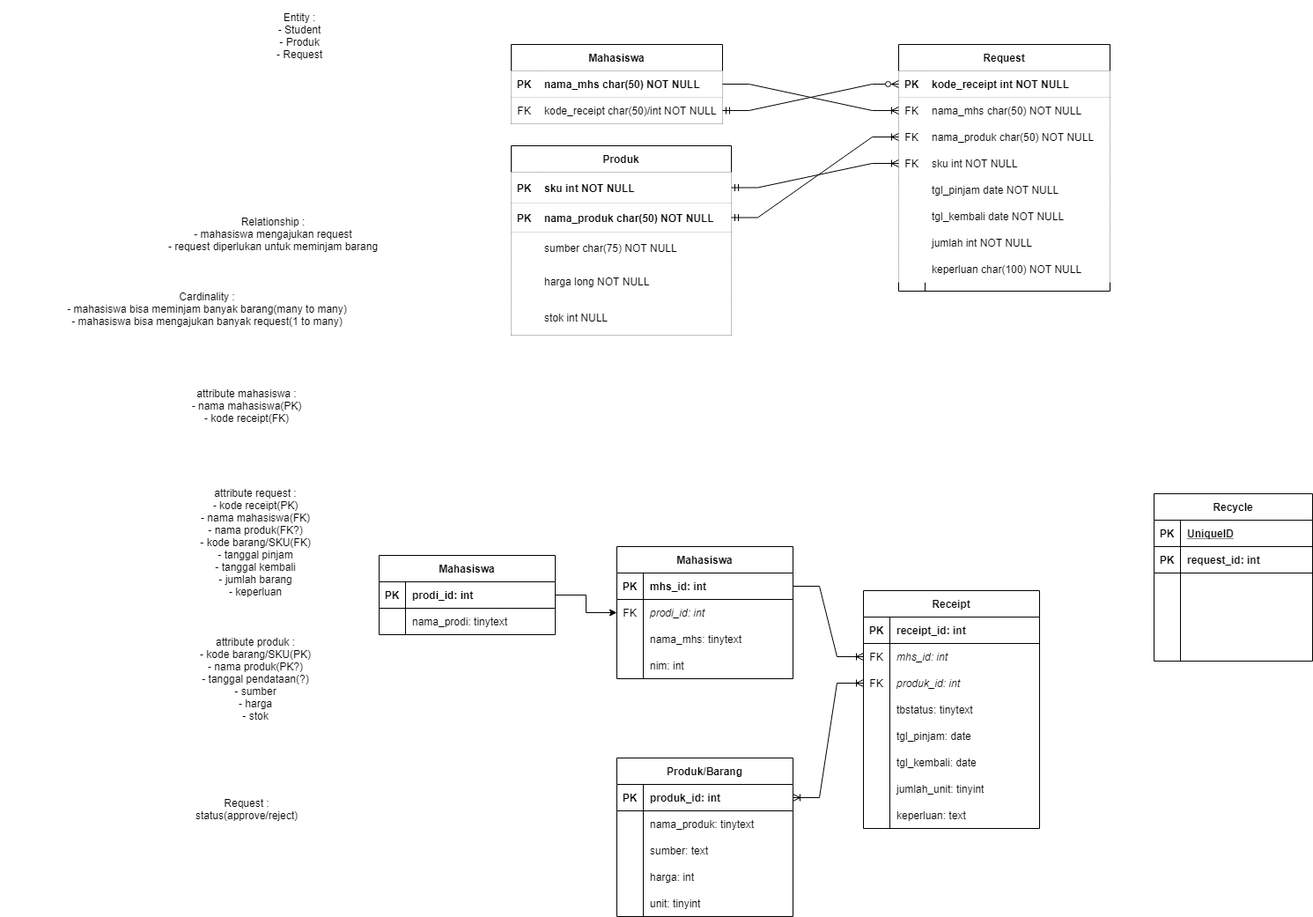
Above: diagrams/ER diagram.drawio.png in johannfac/aplikasipeminjamanaset (draw.io), before the change. Source tidied: cells renumbered, new cells last; positions are measured from the earlier drawing's top-left corner, leaving out a move shared by most shapes.
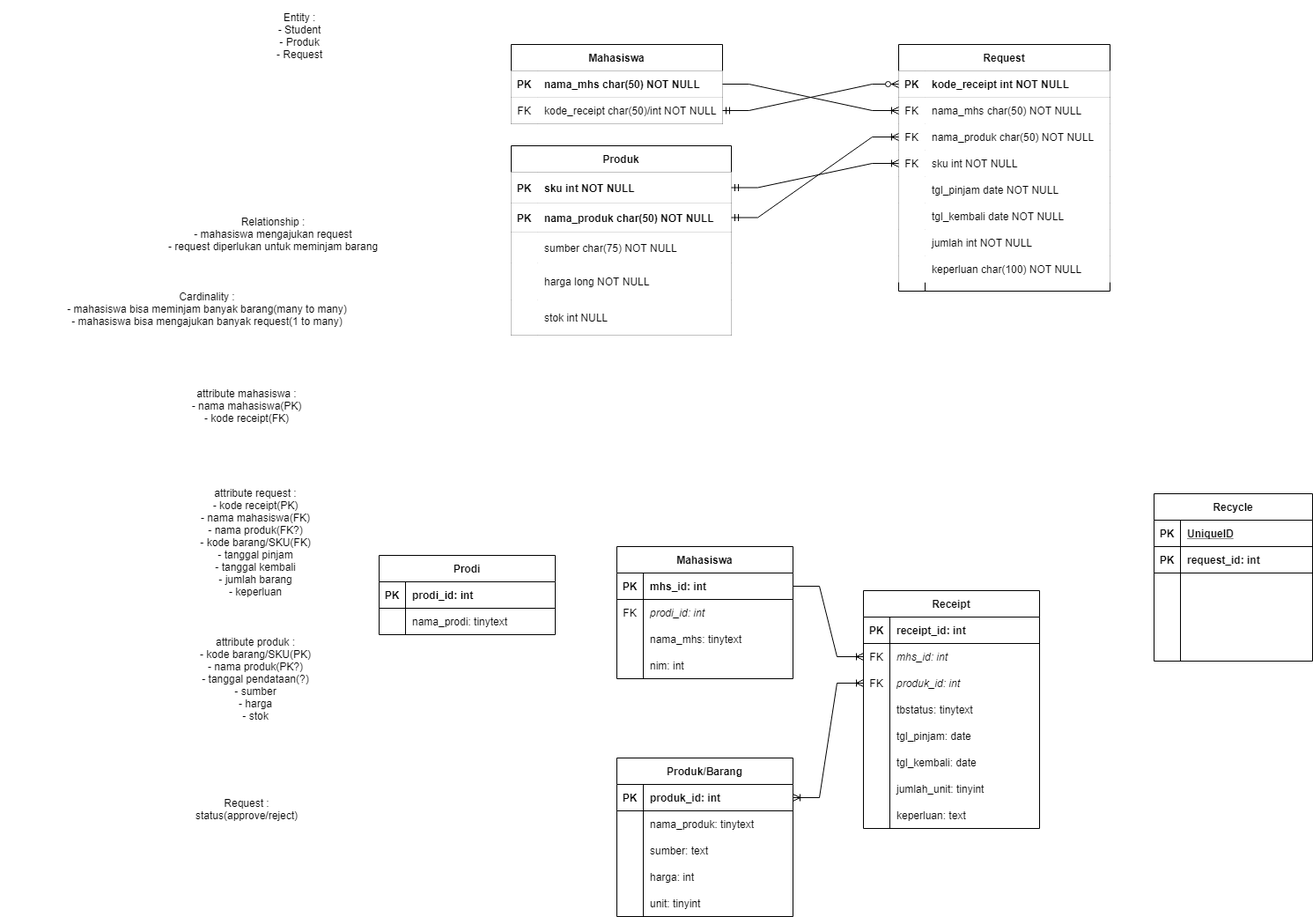
The same diagram one commit later.

What changed in the source:
```diff
@@ -395,7 +395,7 @@
     <mxCell id="132" style="edgeStyle=entityRelationEdgeStyle;fontSize=12;html=1;endArrow=ERoneToMany;startArrow=ERoneToMany;rounded=0;labelBackgroundColor=default;fontColor=default;strokeColor=default;fillColor=default;exitX=0;exitY=0.5;exitDx=0;exitDy=0;entryX=1;entryY=0.5;entryDx=0;entryDy=0;" parent="1" edge="1" source="96" target="74">
       <mxGeometry relative="1" as="geometry" />
     </mxCell>
-    <mxCell id="133" value="Mahasiswa" style="shape=table;startSize=30;rowLines=0;fontStyle=1;align=center;fontColor=default;strokeColor=default;fillColor=none;" parent="1" vertex="1">
+    <mxCell id="133" value="Prodi" style="shape=table;startSize=30;rowLines=0;fontStyle=1;align=center;fontColor=default;strokeColor=default;fillColor=none;" parent="1" vertex="1">
       <mxGeometry x="430" y="630" width="200" height="90" as="geometry" />
     </mxCell>
     <mxCell id="134" style="shape=partialRectangle;fillColor=none;top=0;left=0;bottom=1;right=0;points=[[0,0.5],[1,0.5]];portConstraint=eastwest;fontColor=default;strokeColor=default;" parent="133" vertex="1">
@@ -416,8 +416,5 @@
     <mxCell id="139" value="nama_prodi: tinytext" style="shape=partialRectangle;fillColor=none;top=0;left=0;bottom=0;right=0;align=left;spacingLeft=6;overflow=hidden;fontColor=default;strokeColor=default;" parent="137" vertex="1">
       <mxGeometry x="30" width="170" height="30" as="geometry" />
     </mxCell>
-    <mxCell id="140" style="edgeStyle=orthogonalEdgeStyle;rounded=0;jettySize=auto;html=1;exitX=1;exitY=0.5;exitDx=0;exitDy=0;entryX=0;entryY=0.5;entryDx=0;entryDy=0;" parent="1" edge="1" source="134" target="64">
-      <mxGeometry relative="1" as="geometry" />
-    </mxCell>
   </root>
 </mxGraphModel>
```
